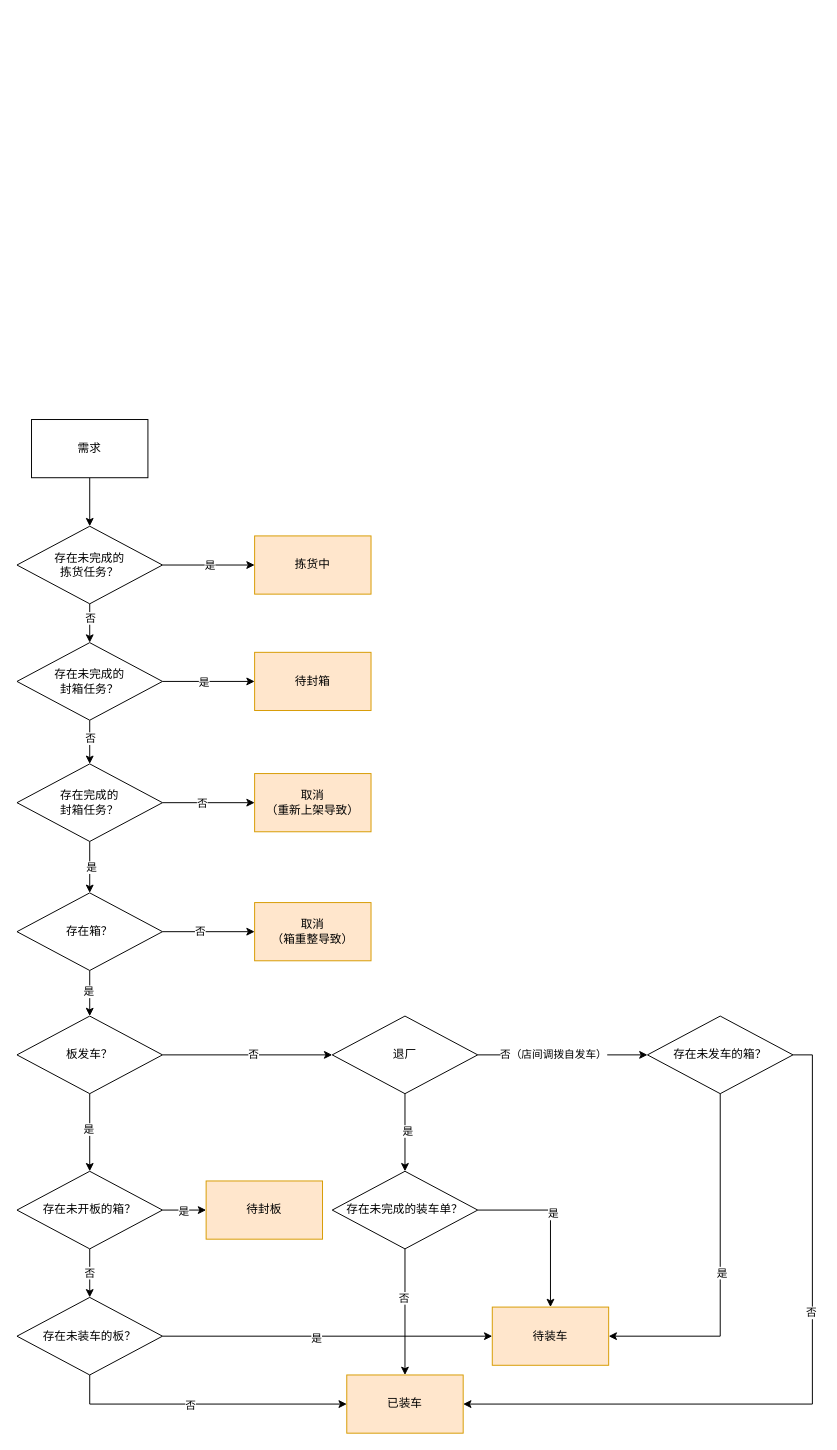
The draw.io diagram page "需求状态" (7 of 7) of work/revert/产生拣货批单.drawio in aspojo/diagrams, before the edit. Source tidied: cells renumbered, new cells numbered last; positions are measured from the earlier drawing's top-left corner, leaving out a move shared by most shapes. Both pictures are drawn from the tidied source at 97%, with x=0, y=0 at pixel (16, 419).
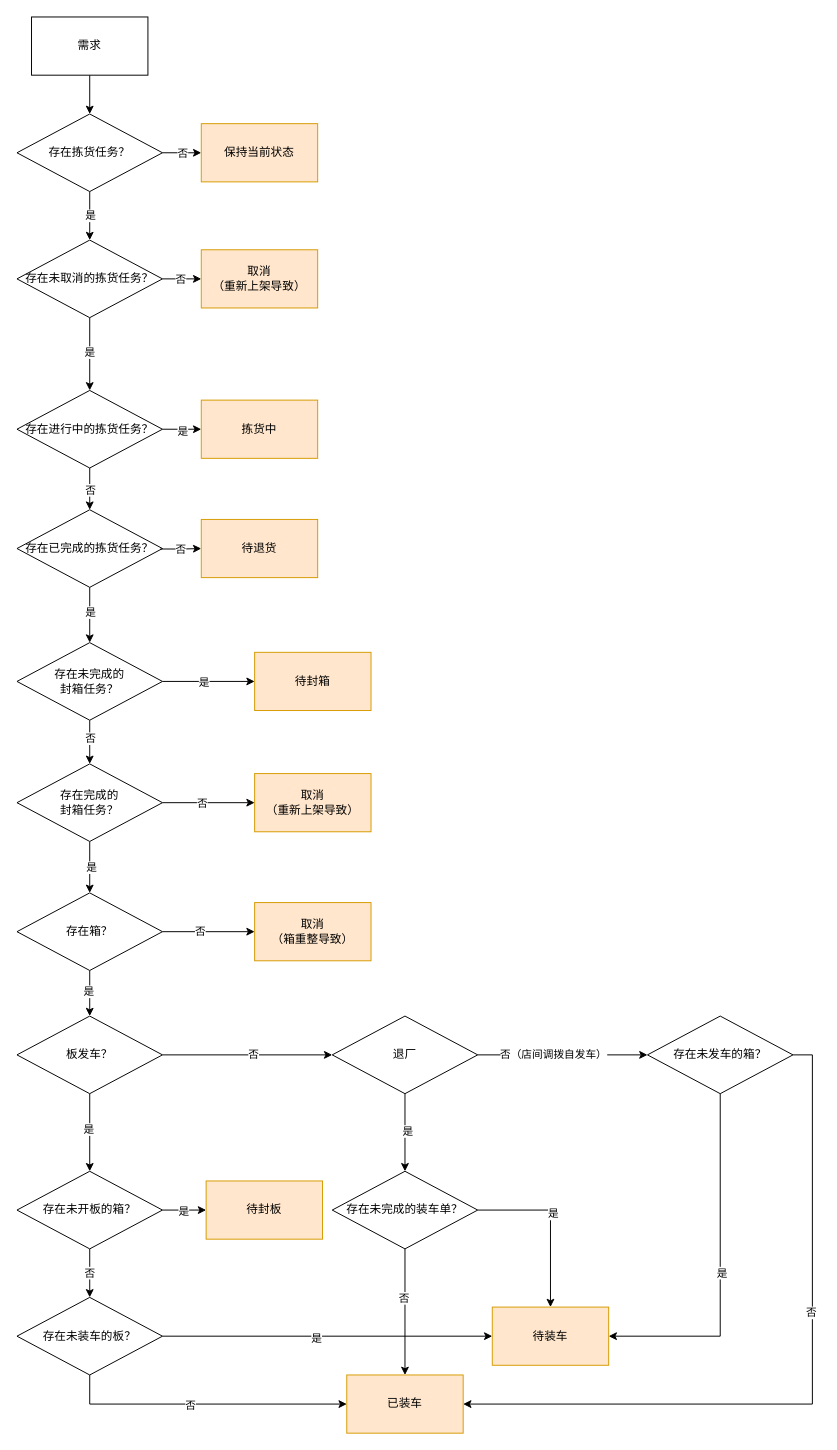
Above is the later version.

Unchanged cells that the change refers to:
```xml
<mxCell id="13" value="存在未完成的&lt;br&gt;封箱任务？" style="rhombus;whiteSpace=wrap;html=1;" parent="1" vertex="1">
  <mxGeometry y="230" width="150" height="80" as="geometry" />
</mxCell>
```

The edit, as a diff of the source:
```diff
@@
-    <mxCell id="2" style="edgeStyle=orthogonalEdgeStyle;rounded=0;jettySize=auto;html=1;" parent="1" edge="1" source="3" target="8">
+    <mxCell id="2" style="edgeStyle=orthogonalEdgeStyle;rounded=0;jettySize=auto;html=1;" parent="1" edge="1" source="3" target="63">
       <mxGeometry relative="1" as="geometry" />
     </mxCell>
     <mxCell id="3" value="需求" style="rounded=0;whiteSpace=wrap;html=1;" parent="1" vertex="1">
-      <mxGeometry x="15" width="120" height="60" as="geometry" />
+      <mxGeometry x="15" y="-415" width="120" height="60" as="geometry" />
     </mxCell>
-    <mxCell id="4" style="edgeStyle=orthogonalEdgeStyle;rounded=0;jettySize=auto;html=1;" parent="1" edge="1" source="8" target="13">
-      <mxGeometry relative="1" as="geometry" />
-    </mxCell>
-    <mxCell id="5" value="否" style="edgeLabel;html=1;align=center;verticalAlign=middle;" parent="4" vertex="1">
-      <mxGeometry x="0.27" relative="1" as="geometry">
-        <mxPoint y="-11" as="offset" />
-      </mxGeometry>
-    </mxCell>
-    <mxCell id="6" style="edgeStyle=orthogonalEdgeStyle;rounded=0;jettySize=auto;html=1;" parent="1" edge="1" source="8" target="14">
-      <mxGeometry relative="1" as="geometry" />
-    </mxCell>
-    <mxCell id="7" value="是" style="edgeLabel;html=1;align=center;verticalAlign=middle;" parent="6" vertex="1">
-      <mxGeometry relative="1" as="geometry" />
-    </mxCell>
-    <mxCell id="8" value="存在未完成的&lt;br&gt;拣货任务？" style="rhombus;whiteSpace=wrap;html=1;" parent="1" vertex="1">
-      <mxGeometry y="110" width="150" height="80" as="geometry" />
-    </mxCell>
@@
-    <mxCell id="14" value="拣货中" style="whiteSpace=wrap;html=1;fillColor=#ffe6cc;strokeColor=#d79b00;" parent="1" vertex="1">
-      <mxGeometry x="245" y="120" width="120" height="60" as="geometry" />
-    </mxCell>
@@
+    <mxCell id="61" style="edgeStyle=orthogonalEdgeStyle;rounded=0;jettySize=auto;html=1;" parent="1" edge="1" source="63" target="71">
+      <mxGeometry relative="1" as="geometry" />
+    </mxCell>
+    <mxCell id="62" value="是" style="edgeLabel;html=1;align=center;verticalAlign=middle;" parent="61" vertex="1">
+      <mxGeometry x="-0.06" relative="1" as="geometry" />
+    </mxCell>
+    <mxCell id="63" value="存在拣货任务？" style="rhombus;whiteSpace=wrap;html=1;" parent="1" vertex="1">
+      <mxGeometry y="-315" width="150" height="80" as="geometry" />
+    </mxCell>
+    <mxCell id="64" style="edgeStyle=orthogonalEdgeStyle;rounded=0;jettySize=auto;html=1;exitX=1;exitY=0.5;exitDx=0;exitDy=0;" parent="1" edge="1" source="63" target="66">
+      <mxGeometry relative="1" as="geometry" />
+    </mxCell>
+    <mxCell id="65" value="否" style="edgeLabel;html=1;align=center;verticalAlign=middle;" parent="64" vertex="1">
+      <mxGeometry relative="1" as="geometry" />
+    </mxCell>
+    <mxCell id="66" value="保持当前状态" style="whiteSpace=wrap;html=1;fillColor=#ffe6cc;strokeColor=#d79b00;" parent="1" vertex="1">
+      <mxGeometry x="190" y="-305" width="120" height="60" as="geometry" />
+    </mxCell>
+    <mxCell id="67" style="edgeStyle=orthogonalEdgeStyle;rounded=0;jettySize=auto;html=1;" parent="1" edge="1" source="71" target="72">
+      <mxGeometry relative="1" as="geometry" />
+    </mxCell>
+    <mxCell id="68" value="否" style="edgeLabel;html=1;align=center;verticalAlign=middle;" parent="67" vertex="1">
+      <mxGeometry x="-0.11" relative="1" as="geometry" />
+    </mxCell>
+    <mxCell id="69" style="edgeStyle=orthogonalEdgeStyle;rounded=0;jettySize=auto;html=1;" parent="1" edge="1" source="71" target="77">
+      <mxGeometry relative="1" as="geometry" />
+    </mxCell>
+    <mxCell id="70" value="是" style="edgeLabel;html=1;align=center;verticalAlign=middle;" parent="69" vertex="1">
+      <mxGeometry x="-0.08" y="-1" relative="1" as="geometry" />
+    </mxCell>
+    <mxCell id="71" value="存在未取消的拣货任务？" style="rhombus;whiteSpace=wrap;html=1;" parent="1" vertex="1">
+      <mxGeometry y="-185" width="150" height="80" as="geometry" />
+    </mxCell>
+    <mxCell id="72" value="取消&lt;br&gt;（重新上架导致）" style="whiteSpace=wrap;html=1;fillColor=#ffe6cc;strokeColor=#d79b00;" parent="1" vertex="1">
+      <mxGeometry x="190" y="-175" width="120" height="60" as="geometry" />
+    </mxCell>
+    <mxCell id="73" style="edgeStyle=orthogonalEdgeStyle;rounded=0;jettySize=auto;html=1;" parent="1" edge="1" source="77" target="14">
+      <mxGeometry relative="1" as="geometry" />
+    </mxCell>
+    <mxCell id="74" value="是" style="edgeLabel;html=1;align=center;verticalAlign=middle;" parent="73" vertex="1">
+      <mxGeometry x="-0.02" y="-1" relative="1" as="geometry" />
+    </mxCell>
+    <mxCell id="75" style="edgeStyle=orthogonalEdgeStyle;rounded=0;jettySize=auto;html=1;" parent="1" edge="1" source="77" target="80">
+      <mxGeometry relative="1" as="geometry" />
+    </mxCell>
+    <mxCell id="76" value="否" style="edgeLabel;html=1;align=center;verticalAlign=middle;" parent="75" vertex="1">
+      <mxGeometry x="0.01" relative="1" as="geometry" />
+    </mxCell>
+    <mxCell id="77" value="存在进行中的拣货任务？" style="rhombus;whiteSpace=wrap;html=1;" parent="1" vertex="1">
+      <mxGeometry y="-30" width="150" height="80" as="geometry" />
+    </mxCell>
+    <mxCell id="14" value="拣货中" style="whiteSpace=wrap;html=1;fillColor=#ffe6cc;strokeColor=#d79b00;" parent="1" vertex="1">
+      <mxGeometry x="190" y="-20" width="120" height="60" as="geometry" />
+    </mxCell>
+    <mxCell id="78" style="edgeStyle=orthogonalEdgeStyle;rounded=0;jettySize=auto;html=1;" parent="1" edge="1" source="80" target="13">
+      <mxGeometry relative="1" as="geometry" />
+    </mxCell>
+    <mxCell id="79" value="是" style="edgeLabel;html=1;align=center;verticalAlign=middle;" parent="78" vertex="1">
+      <mxGeometry x="-0.58" relative="1" as="geometry">
+        <mxPoint y="13" as="offset" />
+      </mxGeometry>
+    </mxCell>
+    <mxCell id="80" value="存在已完成的拣货任务？" style="rhombus;whiteSpace=wrap;html=1;" parent="1" vertex="1">
+      <mxGeometry y="93" width="150" height="80" as="geometry" />
+    </mxCell>
+    <mxCell id="81" style="edgeStyle=orthogonalEdgeStyle;rounded=0;jettySize=auto;html=1;exitX=0.985;exitY=0.506;exitDx=0;exitDy=0;exitPerimeter=0;" parent="1" edge="1" source="80" target="83">
+      <mxGeometry relative="1" as="geometry" />
+    </mxCell>
+    <mxCell id="82" value="否" style="edgeLabel;html=1;align=center;verticalAlign=middle;" parent="81" vertex="1">
+      <mxGeometry relative="1" as="geometry" />
+    </mxCell>
+    <mxCell id="83" value="待退货" style="whiteSpace=wrap;html=1;fillColor=#ffe6cc;strokeColor=#d79b00;" parent="1" vertex="1">
+      <mxGeometry x="190" y="103" width="120" height="60" as="geometry" />
+    </mxCell>
```
